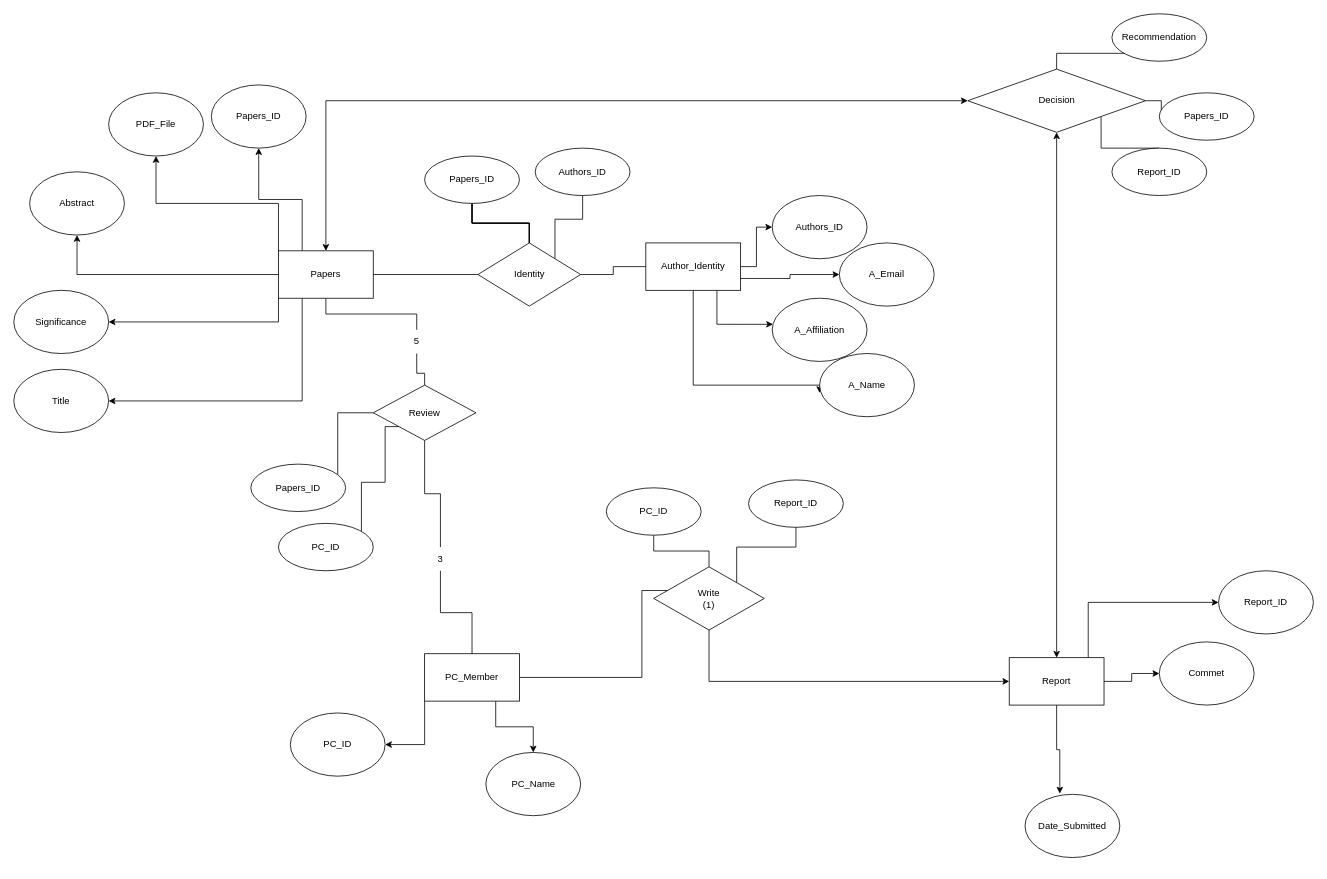
yumilor/yumilor keeps this draw.io diagram as page "Page-2" (2 of 5) of Untitled Diagram.drawio. Above is the earlier version. Source tidied: cells renumbered, new cells numbered last; positions are measured from the earlier drawing's top-left corner, leaving out a move shared by most shapes. Both pictures are drawn from the tidied source at 79%, with x=0, y=0 at pixel (13, 13).
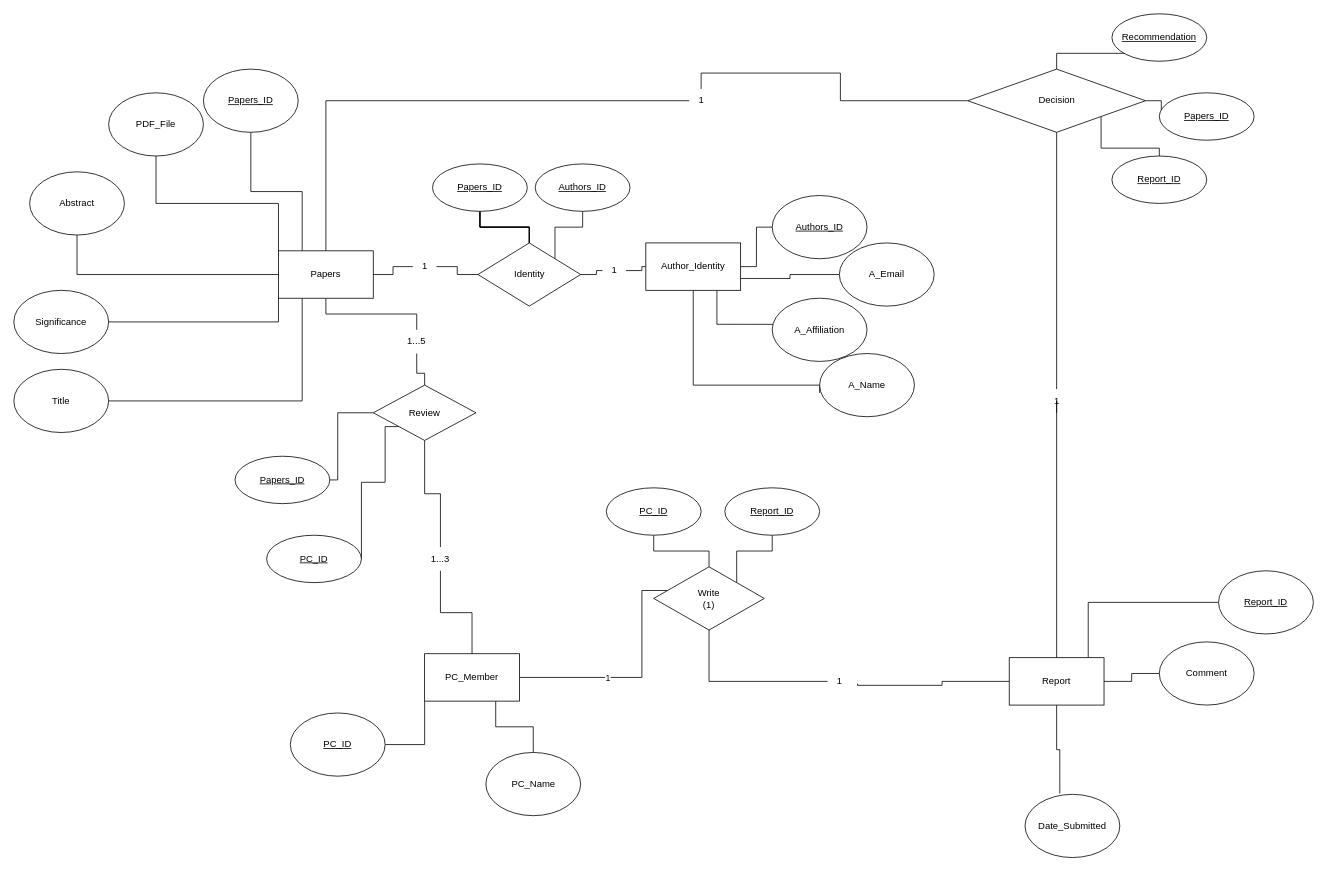
Above is the later version.

The change refers to these unchanged cells:
```xml
<mxCell id="10" value="Papers" style="rounded=0;whiteSpace=wrap;html=1;" parent="1" vertex="1">
  <mxGeometry x="335" y="300" width="120" height="60" as="geometry" />
</mxCell>
<mxCell id="11" value="Significance" style="ellipse;whiteSpace=wrap;html=1;" parent="1" vertex="1">
  <mxGeometry y="350" width="120" height="80" as="geometry" />
</mxCell>
<mxCell id="12" value="Abstract" style="ellipse;whiteSpace=wrap;html=1;" parent="1" vertex="1">
  <mxGeometry x="20" y="200" width="120" height="80" as="geometry" />
</mxCell>
<mxCell id="13" value="Title" style="ellipse;whiteSpace=wrap;html=1;" parent="1" vertex="1">
  <mxGeometry y="450" width="120" height="80" as="geometry" />
</mxCell>
<mxCell id="14" value="PDF_File" style="ellipse;whiteSpace=wrap;html=1;" parent="1" vertex="1">
  <mxGeometry x="120" y="100" width="120" height="80" as="geometry" />
</mxCell>
<mxCell id="21" value="Identity" style="rhombus;whiteSpace=wrap;html=1;" parent="1" vertex="1">
  <mxGeometry x="587.5" y="290" width="130" height="80" as="geometry" />
</mxCell>
<mxCell id="26" value="Author_Identity" style="rounded=0;whiteSpace=wrap;html=1;" parent="1" vertex="1">
  <mxGeometry x="800" y="290" width="120" height="60" as="geometry" />
</mxCell>
<mxCell id="27" value="A_Affiliation" style="ellipse;whiteSpace=wrap;html=1;" parent="1" vertex="1">
  <mxGeometry x="960" y="360" width="120" height="80" as="geometry" />
</mxCell>
<mxCell id="28" value="A_Email" style="ellipse;whiteSpace=wrap;html=1;" parent="1" vertex="1">
  <mxGeometry x="1045" y="290" width="120" height="80" as="geometry" />
</mxCell>
<mxCell id="29" value="A_Name" style="ellipse;whiteSpace=wrap;html=1;" parent="1" vertex="1">
  <mxGeometry x="1020" y="430" width="120" height="80" as="geometry" />
</mxCell>
<mxCell id="34" style="edgeStyle=orthogonalEdgeStyle;rounded=0;jettySize=auto;html=1;exitX=1;exitY=0.5;exitDx=0;exitDy=0;endArrow=none;endFill=0;entryX=0;entryY=0.5;entryDx=0;entryDy=0;" parent="1" edge="1" source="37" target="49">
  <mxGeometry relative="1" as="geometry">
    <Array as="points">
      <mxPoint x="795" y="840" />
      <mxPoint x="795" y="730" />
      <mxPoint x="870" y="730" />
    </Array>
  </mxGeometry>
</mxCell>
<mxCell id="37" value="PC_Member" style="rounded=0;whiteSpace=wrap;html=1;" parent="1" vertex="1">
  <mxGeometry x="520" y="810" width="120" height="60" as="geometry" />
</mxCell>
<mxCell id="45" value="Report" style="rounded=0;whiteSpace=wrap;html=1;" parent="1" vertex="1">
  <mxGeometry x="1260" y="815" width="120" height="60" as="geometry" />
</mxCell>
<mxCell id="49" value="&lt;div&gt;Write&lt;/div&gt;&lt;div&gt;(1)&lt;br&gt;&lt;/div&gt;" style="rhombus;whiteSpace=wrap;html=1;" parent="1" vertex="1">
  <mxGeometry x="810" y="700" width="140" height="80" as="geometry" />
</mxCell>
<mxCell id="52" value="Date_Submitted" style="ellipse;whiteSpace=wrap;html=1;" parent="1" vertex="1">
  <mxGeometry x="1280" y="988" width="120" height="80" as="geometry" />
</mxCell>
<mxCell id="57" value="Decision" style="rhombus;whiteSpace=wrap;html=1;" parent="1" vertex="1">
  <mxGeometry x="1207.5" y="70" width="225" height="80" as="geometry" />
</mxCell>
<mxCell id="61" value="PC_Name" style="ellipse;whiteSpace=wrap;html=1;" parent="1" vertex="1">
  <mxGeometry x="597.5" y="935" width="120" height="80" as="geometry" />
</mxCell>
```

Diff of the diagram source:
```diff
@@
-    <mxCell id="2" style="edgeStyle=orthogonalEdgeStyle;rounded=0;jettySize=auto;html=1;exitX=0;exitY=1;exitDx=0;exitDy=0;" parent="1" edge="1" source="10" target="11">
+    <mxCell id="2" style="edgeStyle=orthogonalEdgeStyle;rounded=0;jettySize=auto;html=1;exitX=0;exitY=1;exitDx=0;exitDy=0;endArrow=none;endFill=0;" parent="1" edge="1" source="10" target="11">
       <mxGeometry relative="1" as="geometry" />
     </mxCell>
-    <mxCell id="3" style="edgeStyle=orthogonalEdgeStyle;rounded=0;jettySize=auto;html=1;" parent="1" edge="1" source="10" target="12">
+    <mxCell id="3" style="edgeStyle=orthogonalEdgeStyle;rounded=0;jettySize=auto;html=1;endArrow=none;endFill=0;" parent="1" edge="1" source="10" target="12">
       <mxGeometry relative="1" as="geometry" />
     </mxCell>
-    <mxCell id="4" style="edgeStyle=orthogonalEdgeStyle;rounded=0;jettySize=auto;html=1;exitX=0;exitY=0;exitDx=0;exitDy=0;" parent="1" edge="1" source="10" target="14">
+    <mxCell id="4" style="edgeStyle=orthogonalEdgeStyle;rounded=0;jettySize=auto;html=1;exitX=0;exitY=0;exitDx=0;exitDy=0;endArrow=none;endFill=0;" parent="1" edge="1" source="10" target="14">
       <mxGeometry relative="1" as="geometry" />
     </mxCell>
-    <mxCell id="5" style="edgeStyle=orthogonalEdgeStyle;rounded=0;jettySize=auto;html=1;exitX=0.25;exitY=1;exitDx=0;exitDy=0;entryX=1;entryY=0.5;entryDx=0;entryDy=0;" parent="1" edge="1" source="10" target="13">
+    <mxCell id="5" style="edgeStyle=orthogonalEdgeStyle;rounded=0;jettySize=auto;html=1;exitX=0.25;exitY=1;exitDx=0;exitDy=0;entryX=1;entryY=0.5;entryDx=0;entryDy=0;endArrow=none;endFill=0;" parent="1" edge="1" source="10" target="13">
       <mxGeometry relative="1" as="geometry">
         <Array as="points">
           <mxPoint x="365" y="490" />
         </Array>
       </mxGeometry>
     </mxCell>
@@
-    <mxCell id="7" style="edgeStyle=orthogonalEdgeStyle;rounded=0;jettySize=auto;html=1;exitX=0.5;exitY=1;exitDx=0;exitDy=0;entryX=0.5;entryY=0;entryDx=0;entryDy=0;startArrow=classic;startFill=1;endArrow=classic;endFill=1;" parent="1" edge="1" source="57" target="45">
+    <mxCell id="7" style="edgeStyle=orthogonalEdgeStyle;rounded=0;jettySize=auto;html=1;exitX=0.5;exitY=1;exitDx=0;exitDy=0;entryX=0.5;entryY=0;entryDx=0;entryDy=0;startArrow=none;startFill=0;endArrow=none;endFill=0;" parent="1" edge="1" source="82" target="45">
       <mxGeometry relative="1" as="geometry">
         <Array as="points">
           <mxPoint x="1320" y="490" />
           <mxPoint x="1320" y="490" />
         </Array>
       </mxGeometry>
     </mxCell>
-    <mxCell id="8" style="edgeStyle=orthogonalEdgeStyle;rounded=0;jettySize=auto;html=1;entryX=0.5;entryY=1;entryDx=0;entryDy=0;exitX=0.25;exitY=0;exitDx=0;exitDy=0;" parent="1" edge="1" source="10" target="58">
+    <mxCell id="8" style="edgeStyle=orthogonalEdgeStyle;rounded=0;jettySize=auto;html=1;entryX=0.5;entryY=1;entryDx=0;entryDy=0;exitX=0.25;exitY=0;exitDx=0;exitDy=0;endArrow=none;endFill=0;" parent="1" edge="1" source="10" target="58">
       <mxGeometry relative="1" as="geometry" />
     </mxCell>
-    <mxCell id="9" style="edgeStyle=orthogonalEdgeStyle;rounded=0;jettySize=auto;html=1;entryX=0;entryY=0.5;entryDx=0;entryDy=0;endArrow=none;endFill=0;" parent="1" edge="1" source="10" target="21">
-      <mxGeometry relative="1" as="geometry" />
-    </mxCell>
+    <mxCell id="72" style="edgeStyle=orthogonalEdgeStyle;rounded=0;jettySize=auto;html=1;entryX=0;entryY=0.5;entryDx=0;entryDy=0;endArrow=none;endFill=0;startArrow=none;" parent="1" edge="1" source="74" target="21">
+      <mxGeometry relative="1" as="geometry" />
+    </mxCell>
@@
-    <mxCell id="15" style="edgeStyle=orthogonalEdgeStyle;rounded=0;jettySize=auto;html=1;endArrow=none;endFill=0;" parent="1" edge="1" source="21" target="26">
+    <mxCell id="15" style="edgeStyle=orthogonalEdgeStyle;rounded=0;jettySize=auto;html=1;endArrow=none;endFill=0;startArrow=none;" parent="1" edge="1" source="76" target="26">
       <mxGeometry relative="1" as="geometry" />
     </mxCell>
@@
-    <mxCell id="22" style="edgeStyle=orthogonalEdgeStyle;rounded=0;jettySize=auto;html=1;entryX=0.008;entryY=0.413;entryDx=0;entryDy=0;entryPerimeter=0;exitX=0.75;exitY=1;exitDx=0;exitDy=0;" parent="1" edge="1" source="26" target="27">
+    <mxCell id="22" style="edgeStyle=orthogonalEdgeStyle;rounded=0;jettySize=auto;html=1;entryX=0.008;entryY=0.413;entryDx=0;entryDy=0;entryPerimeter=0;exitX=0.75;exitY=1;exitDx=0;exitDy=0;endArrow=none;endFill=0;" parent="1" edge="1" source="26" target="27">
       <mxGeometry relative="1" as="geometry" />
     </mxCell>
-    <mxCell id="23" style="edgeStyle=orthogonalEdgeStyle;rounded=0;jettySize=auto;html=1;entryX=0;entryY=0.625;entryDx=0;entryDy=0;entryPerimeter=0;" parent="1" edge="1" source="26" target="29">
+    <mxCell id="23" style="edgeStyle=orthogonalEdgeStyle;rounded=0;jettySize=auto;html=1;entryX=0;entryY=0.625;entryDx=0;entryDy=0;entryPerimeter=0;endArrow=none;endFill=0;" parent="1" edge="1" source="26" target="29">
       <mxGeometry relative="1" as="geometry">
         <Array as="points">
           <mxPoint x="860" y="470" />
           <mxPoint x="1020" y="470" />
         </Array>
       </mxGeometry>
     </mxCell>
-    <mxCell id="24" style="edgeStyle=orthogonalEdgeStyle;rounded=0;jettySize=auto;html=1;exitX=1;exitY=0.75;exitDx=0;exitDy=0;entryX=0;entryY=0.5;entryDx=0;entryDy=0;" parent="1" edge="1" source="26" target="28">
+    <mxCell id="24" style="edgeStyle=orthogonalEdgeStyle;rounded=0;jettySize=auto;html=1;exitX=1;exitY=0.75;exitDx=0;exitDy=0;entryX=0;entryY=0.5;entryDx=0;entryDy=0;endArrow=none;endFill=0;" parent="1" edge="1" source="26" target="28">
       <mxGeometry relative="1" as="geometry" />
     </mxCell>
-    <mxCell id="25" style="edgeStyle=orthogonalEdgeStyle;rounded=0;jettySize=auto;html=1;exitX=1;exitY=0.5;exitDx=0;exitDy=0;entryX=0;entryY=0.5;entryDx=0;entryDy=0;" parent="1" edge="1" source="26" target="59">
+    <mxCell id="25" style="edgeStyle=orthogonalEdgeStyle;rounded=0;jettySize=auto;html=1;exitX=1;exitY=0.5;exitDx=0;exitDy=0;entryX=0;entryY=0.5;entryDx=0;entryDy=0;endArrow=none;endFill=0;" parent="1" edge="1" source="26" target="59">
       <mxGeometry relative="1" as="geometry" />
     </mxCell>
@@
+    <mxCell id="73" value="1" style="edgeLabel;html=1;align=center;verticalAlign=middle;" parent="34" vertex="1">
+      <mxGeometry x="-0.44" y="6" relative="1" as="geometry">
+        <mxPoint x="-4" y="6" as="offset" />
+      </mxGeometry>
+    </mxCell>
-    <mxCell id="35" style="edgeStyle=orthogonalEdgeStyle;rounded=0;jettySize=auto;html=1;exitX=0;exitY=1;exitDx=0;exitDy=0;entryX=1;entryY=0.5;entryDx=0;entryDy=0;" parent="1" edge="1" source="37" target="60">
+    <mxCell id="35" style="edgeStyle=orthogonalEdgeStyle;rounded=0;jettySize=auto;html=1;exitX=0;exitY=1;exitDx=0;exitDy=0;entryX=1;entryY=0.5;entryDx=0;entryDy=0;endArrow=none;endFill=0;" parent="1" edge="1" source="37" target="60">
       <mxGeometry relative="1" as="geometry" />
     </mxCell>
-    <mxCell id="36" style="edgeStyle=orthogonalEdgeStyle;rounded=0;jettySize=auto;html=1;entryX=0.5;entryY=0;entryDx=0;entryDy=0;exitX=0.75;exitY=1;exitDx=0;exitDy=0;" parent="1" edge="1" source="37" target="61">
+    <mxCell id="36" style="edgeStyle=orthogonalEdgeStyle;rounded=0;jettySize=auto;html=1;entryX=0.5;entryY=0;entryDx=0;entryDy=0;exitX=0.75;exitY=1;exitDx=0;exitDy=0;endArrow=none;endFill=0;" parent="1" edge="1" source="37" target="61">
       <mxGeometry relative="1" as="geometry" />
     </mxCell>
@@
-    <mxCell id="39" value="5" style="text;html=1;strokeColor=none;fillColor=none;align=center;verticalAlign=middle;whiteSpace=wrap;rounded=0;" parent="1" vertex="1">
+    <mxCell id="39" value="1...5" style="text;html=1;strokeColor=none;fillColor=none;align=center;verticalAlign=middle;whiteSpace=wrap;rounded=0;" parent="1" vertex="1">
       <mxGeometry x="480" y="400" width="60" height="30" as="geometry" />
     </mxCell>
@@
-    <mxCell id="41" value="&lt;div&gt;3&lt;/div&gt;" style="text;html=1;strokeColor=none;fillColor=none;align=center;verticalAlign=middle;whiteSpace=wrap;rounded=0;" parent="1" vertex="1">
+    <mxCell id="41" value="1...3" style="text;html=1;strokeColor=none;fillColor=none;align=center;verticalAlign=middle;whiteSpace=wrap;rounded=0;" parent="1" vertex="1">
       <mxGeometry x="510" y="675" width="60" height="30" as="geometry" />
     </mxCell>
-    <mxCell id="42" style="edgeStyle=orthogonalEdgeStyle;rounded=0;jettySize=auto;html=1;entryX=0;entryY=0.5;entryDx=0;entryDy=0;endArrow=classic;endFill=1;" parent="1" edge="1" source="45" target="50">
+    <mxCell id="42" style="edgeStyle=orthogonalEdgeStyle;rounded=0;jettySize=auto;html=1;entryX=0;entryY=0.5;entryDx=0;entryDy=0;endArrow=none;endFill=0;" parent="1" edge="1" source="45" target="50">
       <mxGeometry relative="1" as="geometry">
         <Array as="points">
           <mxPoint x="1360" y="745" />
         </Array>
       </mxGeometry>
     </mxCell>
-    <mxCell id="43" style="edgeStyle=orthogonalEdgeStyle;rounded=0;jettySize=auto;html=1;exitX=1;exitY=0.5;exitDx=0;exitDy=0;endArrow=classic;endFill=1;" parent="1" edge="1" source="45" target="51">
+    <mxCell id="43" style="edgeStyle=orthogonalEdgeStyle;rounded=0;jettySize=auto;html=1;exitX=1;exitY=0.5;exitDx=0;exitDy=0;endArrow=none;endFill=0;" parent="1" edge="1" source="45" target="51">
       <mxGeometry relative="1" as="geometry" />
     </mxCell>
-    <mxCell id="44" style="edgeStyle=orthogonalEdgeStyle;rounded=0;jettySize=auto;html=1;entryX=0.367;entryY=-0.012;entryDx=0;entryDy=0;entryPerimeter=0;endArrow=classic;endFill=1;" parent="1" edge="1" source="45" target="52">
+    <mxCell id="44" style="edgeStyle=orthogonalEdgeStyle;rounded=0;jettySize=auto;html=1;entryX=0.367;entryY=-0.012;entryDx=0;entryDy=0;entryPerimeter=0;endArrow=none;endFill=0;" parent="1" edge="1" source="45" target="52">
       <mxGeometry relative="1" as="geometry" />
     </mxCell>
@@
-    <mxCell id="46" style="edgeStyle=orthogonalEdgeStyle;rounded=0;jettySize=auto;html=1;entryX=0;entryY=0.5;entryDx=0;entryDy=0;endArrow=classic;endFill=1;exitX=0.5;exitY=1;exitDx=0;exitDy=0;" parent="1" edge="1" source="49" target="45">
-      <mxGeometry relative="1" as="geometry" />
+    <mxCell id="46" style="edgeStyle=orthogonalEdgeStyle;rounded=0;jettySize=auto;html=1;entryX=0;entryY=0.5;entryDx=0;entryDy=0;endArrow=none;endFill=0;exitX=1.267;exitY=0.6;exitDx=0;exitDy=0;startArrow=none;exitPerimeter=0;" parent="1" edge="1" source="78" target="45">
+      <mxGeometry relative="1" as="geometry">
+        <Array as="points">
+          <mxPoint x="1068" y="850" />
+          <mxPoint x="1175" y="850" />
+          <mxPoint x="1175" y="845" />
+        </Array>
+      </mxGeometry>
     </mxCell>
@@
-    <mxCell id="50" value="Report_ID" style="ellipse;whiteSpace=wrap;html=1;" parent="1" vertex="1">
+    <mxCell id="50" value="Report_ID" style="ellipse;whiteSpace=wrap;html=1;fontStyle=4;" parent="1" vertex="1">
       <mxGeometry x="1525" y="705" width="120" height="80" as="geometry" />
     </mxCell>
-    <mxCell id="51" value="Commet" style="ellipse;whiteSpace=wrap;html=1;" parent="1" vertex="1">
+    <mxCell id="51" value="Comment" style="ellipse;whiteSpace=wrap;html=1;" parent="1" vertex="1">
       <mxGeometry x="1450" y="795" width="120" height="80" as="geometry" />
     </mxCell>
@@
-    <mxCell id="53" style="edgeStyle=orthogonalEdgeStyle;rounded=0;jettySize=auto;html=1;exitX=0;exitY=0.5;exitDx=0;exitDy=0;entryX=0.5;entryY=0;entryDx=0;entryDy=0;startArrow=classic;startFill=1;endArrow=classic;endFill=1;" parent="1" edge="1" source="57" target="10">
+    <mxCell id="53" style="edgeStyle=orthogonalEdgeStyle;rounded=0;jettySize=auto;html=1;exitX=0;exitY=0.5;exitDx=0;exitDy=0;entryX=0.5;entryY=0;entryDx=0;entryDy=0;startArrow=none;startFill=0;endArrow=none;endFill=0;" parent="1" edge="1" source="80" target="10">
       <mxGeometry relative="1" as="geometry" />
     </mxCell>
@@
-    <mxCell id="58" value="Papers_ID" style="ellipse;whiteSpace=wrap;html=1;" parent="1" vertex="1">
-      <mxGeometry x="250" y="90" width="120" height="80" as="geometry" />
+    <mxCell id="58" value="&lt;span&gt;Papers_ID&lt;/span&gt;" style="ellipse;whiteSpace=wrap;html=1;fontStyle=4;" parent="1" vertex="1">
+      <mxGeometry x="240" y="70" width="120" height="80" as="geometry" />
     </mxCell>
-    <mxCell id="59" value="Authors_ID" style="ellipse;whiteSpace=wrap;html=1;" parent="1" vertex="1">
+    <mxCell id="59" value="Authors_ID" style="ellipse;whiteSpace=wrap;html=1;fontStyle=4;" parent="1" vertex="1">
       <mxGeometry x="960" y="230" width="120" height="80" as="geometry" />
     </mxCell>
-    <mxCell id="60" value="PC_ID" style="ellipse;whiteSpace=wrap;html=1;" parent="1" vertex="1">
+    <mxCell id="60" value="&lt;u&gt;PC_ID&lt;/u&gt;" style="ellipse;whiteSpace=wrap;html=1;" parent="1" vertex="1">
       <mxGeometry x="350" y="885" width="120" height="80" as="geometry" />
     </mxCell>
@@
-    <mxCell id="63" value="Papers_ID" style="ellipse;whiteSpace=wrap;html=1;" parent="1" vertex="1">
-      <mxGeometry x="520" y="180" width="120" height="60" as="geometry" />
+    <mxCell id="63" value="&lt;span&gt;Papers_ID&lt;/span&gt;" style="ellipse;whiteSpace=wrap;html=1;fontStyle=4;" parent="1" vertex="1">
+      <mxGeometry x="530" y="190" width="120" height="60" as="geometry" />
     </mxCell>
-    <mxCell id="64" value="Authors_ID" style="ellipse;whiteSpace=wrap;html=1;" parent="1" vertex="1">
-      <mxGeometry x="660" y="170" width="120" height="60" as="geometry" />
+    <mxCell id="64" value="Authors_ID" style="ellipse;whiteSpace=wrap;html=1;fontStyle=4;" parent="1" vertex="1">
+      <mxGeometry x="660" y="190" width="120" height="60" as="geometry" />
     </mxCell>
-    <mxCell id="65" value="Papers_ID" style="ellipse;whiteSpace=wrap;html=1;" parent="1" vertex="1">
-      <mxGeometry x="300" y="570" width="120" height="60" as="geometry" />
+    <mxCell id="65" value="&lt;span&gt;Papers_ID&lt;/span&gt;" style="ellipse;whiteSpace=wrap;html=1;fontStyle=4;" parent="1" vertex="1">
+      <mxGeometry x="280" y="560" width="120" height="60" as="geometry" />
     </mxCell>
-    <mxCell id="66" value="PC_ID" style="ellipse;whiteSpace=wrap;html=1;" parent="1" vertex="1">
-      <mxGeometry x="335" y="645" width="120" height="60" as="geometry" />
+    <mxCell id="66" value="&lt;span&gt;PC_ID&lt;/span&gt;" style="ellipse;whiteSpace=wrap;html=1;fontStyle=4;" parent="1" vertex="1">
+      <mxGeometry x="320" y="660" width="120" height="60" as="geometry" />
     </mxCell>
-    <mxCell id="67" value="PC_ID" style="ellipse;whiteSpace=wrap;html=1;" parent="1" vertex="1">
+    <mxCell id="67" value="PC_ID" style="ellipse;whiteSpace=wrap;html=1;fontStyle=4;" parent="1" vertex="1">
       <mxGeometry x="750" y="600" width="120" height="60" as="geometry" />
     </mxCell>
-    <mxCell id="68" value="Report_ID" style="ellipse;whiteSpace=wrap;html=1;" parent="1" vertex="1">
-      <mxGeometry x="930" y="590" width="120" height="60" as="geometry" />
+    <mxCell id="68" value="Report_ID" style="ellipse;whiteSpace=wrap;html=1;fontStyle=4;" parent="1" vertex="1">
+      <mxGeometry x="900" y="600" width="120" height="60" as="geometry" />
     </mxCell>
-    <mxCell id="69" value="Report_ID" style="ellipse;whiteSpace=wrap;html=1;" parent="1" vertex="1">
-      <mxGeometry x="1390" y="170" width="120" height="60" as="geometry" />
+    <mxCell id="69" value="Report_ID" style="ellipse;whiteSpace=wrap;html=1;fontStyle=4;" parent="1" vertex="1">
+      <mxGeometry x="1390" y="180" width="120" height="60" as="geometry" />
     </mxCell>
-    <mxCell id="70" value="Papers_ID" style="ellipse;whiteSpace=wrap;html=1;" parent="1" vertex="1">
+    <mxCell id="70" value="Papers_ID" style="ellipse;whiteSpace=wrap;html=1;fontStyle=4;" parent="1" vertex="1">
       <mxGeometry x="1450" y="100" width="120" height="60" as="geometry" />
     </mxCell>
-    <mxCell id="71" value="Recommendation" style="ellipse;whiteSpace=wrap;html=1;" parent="1" vertex="1">
+    <mxCell id="71" value="Recommendation" style="ellipse;whiteSpace=wrap;html=1;fontStyle=4;" parent="1" vertex="1">
       <mxGeometry x="1390" width="120" height="60" as="geometry" />
     </mxCell>
+    <mxCell id="74" value="1" style="text;html=1;align=center;verticalAlign=middle;points=[];strokeColor=none;fillColor=none;" parent="1" vertex="1">
+      <mxGeometry x="505" y="305" width="30" height="30" as="geometry" />
+    </mxCell>
+    <mxCell id="75" style="edgeStyle=orthogonalEdgeStyle;rounded=0;jettySize=auto;html=1;entryX=0;entryY=0.5;entryDx=0;entryDy=0;endArrow=none;endFill=0;" parent="1" edge="1" source="10" target="74">
+      <mxGeometry relative="1" as="geometry" />
+    </mxCell>
+    <mxCell id="76" value="1" style="text;html=1;align=center;verticalAlign=middle;points=[];strokeColor=none;fillColor=none;" parent="1" vertex="1">
+      <mxGeometry x="745" y="310" width="30" height="30" as="geometry" />
+    </mxCell>
+    <mxCell id="77" style="edgeStyle=orthogonalEdgeStyle;rounded=0;jettySize=auto;html=1;endArrow=none;endFill=0;" parent="1" edge="1" source="21" target="76">
+      <mxGeometry relative="1" as="geometry" />
+    </mxCell>
+    <mxCell id="78" value="1" style="text;html=1;align=center;verticalAlign=middle;points=[];strokeColor=none;fillColor=none;" parent="1" vertex="1">
+      <mxGeometry x="1030" y="830" width="30" height="30" as="geometry" />
+    </mxCell>
+    <mxCell id="79" style="edgeStyle=orthogonalEdgeStyle;rounded=0;jettySize=auto;html=1;entryX=0;entryY=0.5;entryDx=0;entryDy=0;endArrow=none;endFill=0;exitX=0.5;exitY=1;exitDx=0;exitDy=0;" parent="1" edge="1" source="49" target="78">
+      <mxGeometry relative="1" as="geometry" />
+    </mxCell>
+    <mxCell id="80" value="1" style="text;html=1;align=center;verticalAlign=middle;points=[];strokeColor=none;fillColor=none;" parent="1" vertex="1">
+      <mxGeometry x="855" y="95" width="30" height="30" as="geometry" />
+    </mxCell>
+    <mxCell id="81" style="edgeStyle=orthogonalEdgeStyle;rounded=0;jettySize=auto;html=1;exitX=0;exitY=0.5;exitDx=0;exitDy=0;entryX=0.5;entryY=0;entryDx=0;entryDy=0;startArrow=none;startFill=0;endArrow=none;endFill=0;" parent="1" edge="1" source="57" target="80">
+      <mxGeometry relative="1" as="geometry" />
+    </mxCell>
+    <mxCell id="82" value="1" style="text;html=1;align=center;verticalAlign=middle;points=[];strokeColor=none;fillColor=none;" parent="1" vertex="1">
+      <mxGeometry x="1305" y="475" width="30" height="30" as="geometry" />
+    </mxCell>
+    <mxCell id="83" style="edgeStyle=orthogonalEdgeStyle;rounded=0;jettySize=auto;html=1;exitX=0.5;exitY=1;exitDx=0;exitDy=0;entryX=0.5;entryY=0;entryDx=0;entryDy=0;startArrow=none;startFill=0;endArrow=none;endFill=0;" parent="1" edge="1" source="57" target="82">
+      <mxGeometry relative="1" as="geometry" />
+    </mxCell>
```
